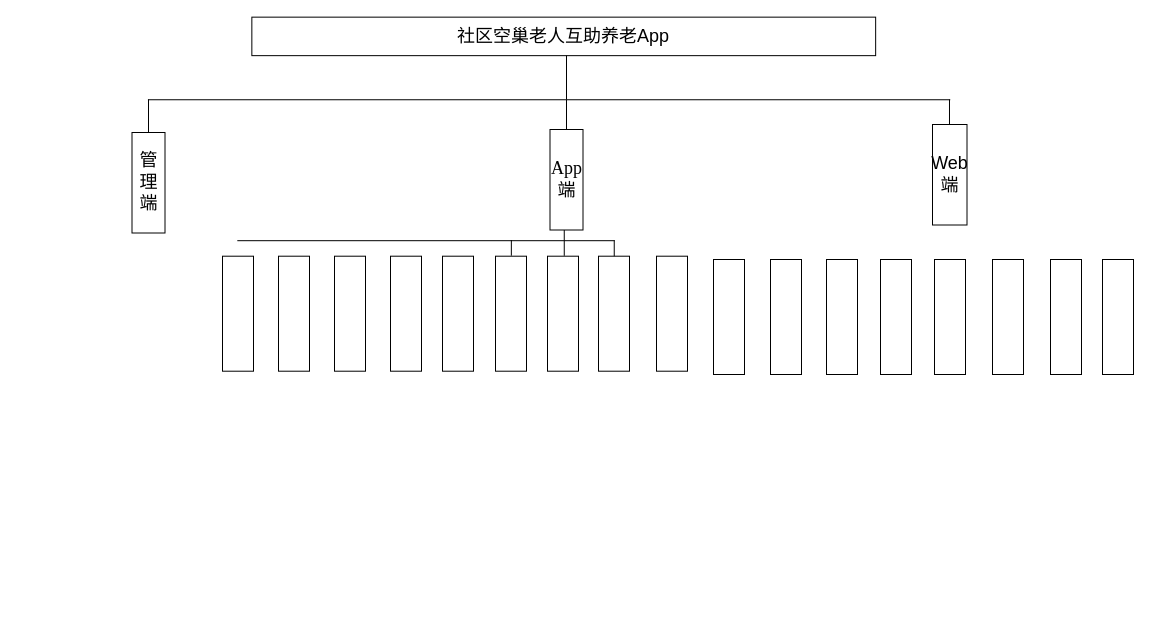
Before: 结构图.drawio in Misgzfg/3d-phone-album, a draw.io diagram. Source tidied: cells renumbered, new cells numbered last; positions are measured from the earlier drawing's top-left corner, leaving out a move shared by most shapes. Both pictures are drawn from the tidied source at 100%, with x=0, y=0 at pixel (131, -302).
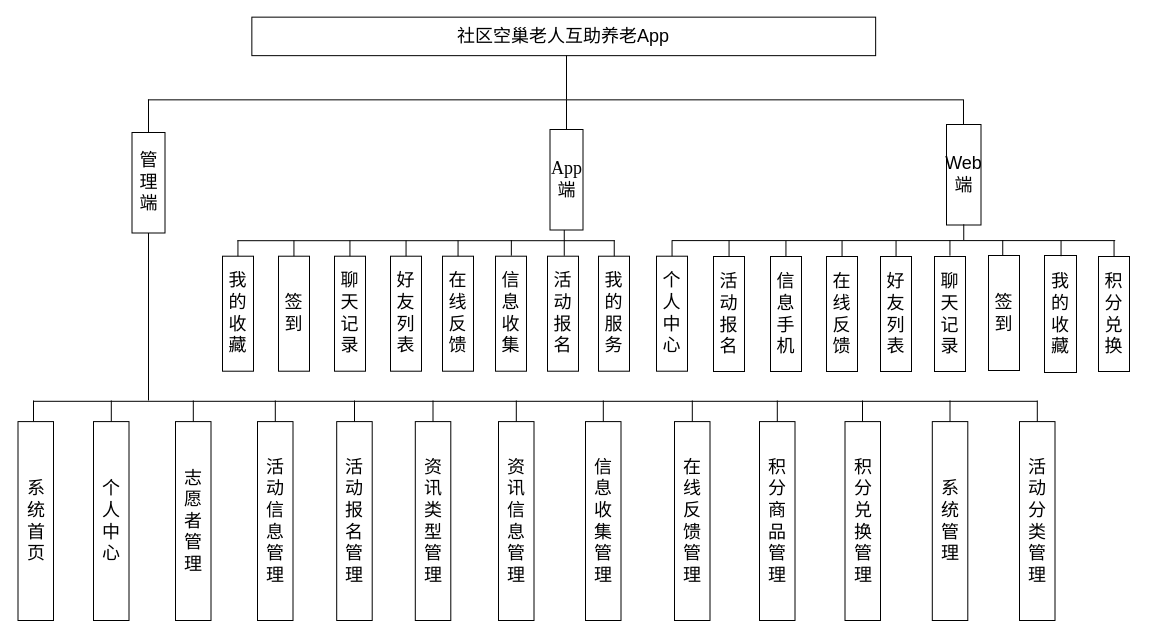
After the change.

Commit message (it also covers changes not shown here):
更新结构图.drawio

What changed in the source:
```diff
@@
     <mxCell id="4" style="line;strokeWidth=1;html=1;fontSize=9;rotation=90;direction=south;" parent="1" vertex="1">
-      <mxGeometry x="412.6" y="0.1" width="10" height="802.3" as="geometry" />
+      <mxGeometry x="419.2" y="-6.4" width="10" height="815.5" as="geometry" />
     </mxCell>
@@
-    <mxCell id="8" style="rounded=0;whiteSpace=wrap;html=1;direction=south;" parent="1" vertex="1">
-      <mxGeometry x="803" y="561" width="31" height="115" as="geometry" />
+    <mxCell id="8" value="&lt;font style=&quot;font-size: 18px;&quot;&gt;聊天记录&lt;/font&gt;" style="rounded=0;whiteSpace=wrap;html=1;direction=south;" parent="1" vertex="1">
+      <mxGeometry x="803" y="558" width="31" height="115" as="geometry" />
     </mxCell>
-    <mxCell id="9" style="rounded=0;whiteSpace=wrap;html=1;direction=south;" parent="1" vertex="1">
-      <mxGeometry x="749" y="561" width="31" height="115" as="geometry" />
+    <mxCell id="9" value="&lt;font style=&quot;font-size: 18px;&quot;&gt;好友列表&lt;/font&gt;" style="rounded=0;whiteSpace=wrap;html=1;direction=south;" parent="1" vertex="1">
+      <mxGeometry x="749" y="558" width="31" height="115" as="geometry" />
     </mxCell>
-    <mxCell id="10" style="rounded=0;whiteSpace=wrap;html=1;direction=south;" parent="1" vertex="1">
-      <mxGeometry x="695" y="561" width="31" height="115" as="geometry" />
+    <mxCell id="10" value="&lt;font style=&quot;font-size: 18px;&quot;&gt;在线反馈&lt;/font&gt;" style="rounded=0;whiteSpace=wrap;html=1;direction=south;" parent="1" vertex="1">
+      <mxGeometry x="695" y="558" width="31" height="115" as="geometry" />
     </mxCell>
-    <mxCell id="11" style="rounded=0;whiteSpace=wrap;html=1;direction=south;" parent="1" vertex="1">
-      <mxGeometry x="639" y="561" width="31" height="115" as="geometry" />
+    <mxCell id="11" value="&lt;font style=&quot;font-size: 18px;&quot;&gt;信息手机&lt;/font&gt;" style="rounded=0;whiteSpace=wrap;html=1;direction=south;" parent="1" vertex="1">
+      <mxGeometry x="639" y="558" width="31" height="115" as="geometry" />
     </mxCell>
     <mxCell id="12" style="line;strokeWidth=1;html=1;direction=south;" parent="1" vertex="1">
-      <mxGeometry x="813" y="401" width="10" height="29.4" as="geometry" />
+      <mxGeometry x="827" y="401" width="10" height="29.4" as="geometry" />
     </mxCell>
@@
     <mxCell id="14" value="&lt;font style=&quot;font-size: 18px;&quot;&gt;Web端&lt;/font&gt;" style="rounded=0;whiteSpace=wrap;html=1;direction=south;" parent="1" vertex="1">
-      <mxGeometry x="801" y="426" width="34.5" height="100.5" as="geometry" />
+      <mxGeometry x="815" y="426" width="34.5" height="100.5" as="geometry" />
     </mxCell>
-    <mxCell id="15" style="rounded=0;whiteSpace=wrap;html=1;direction=south;" parent="1" vertex="1">
-      <mxGeometry x="861" y="561" width="31" height="115" as="geometry" />
+    <mxCell id="15" value="&lt;font style=&quot;font-size: 18px;&quot;&gt;签到&lt;/font&gt;" style="rounded=0;whiteSpace=wrap;html=1;direction=south;" parent="1" vertex="1">
+      <mxGeometry x="857" y="557" width="31" height="115" as="geometry" />
     </mxCell>
-    <mxCell id="16" style="rounded=0;whiteSpace=wrap;html=1;direction=south;" parent="1" vertex="1">
-      <mxGeometry x="919" y="561" width="31" height="115" as="geometry" />
+    <mxCell id="16" value="&lt;font style=&quot;font-size: 18px;&quot;&gt;我的收藏&lt;/font&gt;" style="rounded=0;whiteSpace=wrap;html=1;direction=south;" parent="1" vertex="1">
+      <mxGeometry x="913" y="557" width="32" height="117" as="geometry" />
     </mxCell>
-    <mxCell id="17" style="rounded=0;whiteSpace=wrap;html=1;direction=south;" parent="1" vertex="1">
-      <mxGeometry x="971" y="561" width="31" height="115" as="geometry" />
+    <mxCell id="17" value="&lt;font style=&quot;font-size: 18px;&quot;&gt;积分兑换&lt;/font&gt;" style="rounded=0;whiteSpace=wrap;html=1;direction=south;" parent="1" vertex="1">
+      <mxGeometry x="967" y="558" width="31" height="115" as="geometry" />
     </mxCell>
-    <mxCell id="18" style="rounded=0;whiteSpace=wrap;html=1;direction=south;" parent="1" vertex="1">
+    <mxCell id="18" value="&lt;font style=&quot;font-size: 18px;&quot;&gt;我的收藏&lt;/font&gt;" style="rounded=0;whiteSpace=wrap;html=1;direction=south;" parent="1" vertex="1">
       <mxGeometry x="91" y="557.7" width="31" height="115" as="geometry" />
     </mxCell>
-    <mxCell id="19" style="rounded=0;whiteSpace=wrap;html=1;direction=south;" parent="1" vertex="1">
+    <mxCell id="19" value="&lt;font style=&quot;font-size: 18px;&quot;&gt;签到&lt;/font&gt;" style="rounded=0;whiteSpace=wrap;html=1;direction=south;" parent="1" vertex="1">
       <mxGeometry x="147" y="557.7" width="31" height="115" as="geometry" />
     </mxCell>
-    <mxCell id="20" style="rounded=0;whiteSpace=wrap;html=1;direction=south;" parent="1" vertex="1">
+    <mxCell id="20" value="&lt;font style=&quot;font-size: 18px;&quot;&gt;聊天记录&lt;/font&gt;" style="rounded=0;whiteSpace=wrap;html=1;direction=south;" parent="1" vertex="1">
       <mxGeometry x="203" y="557.7" width="31" height="115" as="geometry" />
     </mxCell>
-    <mxCell id="21" style="rounded=0;whiteSpace=wrap;html=1;direction=south;" parent="1" vertex="1">
-      <mxGeometry x="582" y="561" width="31" height="115" as="geometry" />
+    <mxCell id="21" value="&lt;font style=&quot;font-size: 18px;&quot;&gt;活动报名&lt;/font&gt;" style="rounded=0;whiteSpace=wrap;html=1;direction=south;" parent="1" vertex="1">
+      <mxGeometry x="582" y="558" width="31" height="115" as="geometry" />
     </mxCell>
-    <mxCell id="22" style="rounded=0;whiteSpace=wrap;html=1;direction=south;" parent="1" vertex="1">
+    <mxCell id="22" value="&lt;font style=&quot;font-size: 18px;&quot;&gt;个人中心&lt;/font&gt;" style="rounded=0;whiteSpace=wrap;html=1;direction=south;" parent="1" vertex="1">
       <mxGeometry x="525" y="557.7" width="31" height="115" as="geometry" />
     </mxCell>
-    <mxCell id="23" style="rounded=0;whiteSpace=wrap;html=1;direction=south;" parent="1" vertex="1">
+    <mxCell id="23" value="&lt;font style=&quot;font-size: 18px;&quot;&gt;我的服务&lt;/font&gt;" style="rounded=0;whiteSpace=wrap;html=1;direction=south;" parent="1" vertex="1">
       <mxGeometry x="467" y="557.7" width="31" height="115" as="geometry" />
     </mxCell>
-    <mxCell id="24" style="rounded=0;whiteSpace=wrap;html=1;direction=south;" parent="1" vertex="1">
+    <mxCell id="24" value="&lt;font style=&quot;font-size: 18px;&quot;&gt;活动报名&lt;/font&gt;" style="rounded=0;whiteSpace=wrap;html=1;direction=south;" parent="1" vertex="1">
       <mxGeometry x="416" y="557.7" width="31" height="115" as="geometry" />
     </mxCell>
-    <mxCell id="25" style="rounded=0;whiteSpace=wrap;html=1;direction=south;" parent="1" vertex="1">
+    <mxCell id="25" value="&lt;font style=&quot;font-size: 18px;&quot;&gt;信息收集&lt;/font&gt;" style="rounded=0;whiteSpace=wrap;html=1;direction=south;" parent="1" vertex="1">
       <mxGeometry x="364" y="557.7" width="31" height="115" as="geometry" />
     </mxCell>
-    <mxCell id="26" style="rounded=0;whiteSpace=wrap;html=1;direction=south;" parent="1" vertex="1">
+    <mxCell id="26" value="&lt;font style=&quot;font-size: 18px;&quot;&gt;在线反馈&lt;/font&gt;" style="rounded=0;whiteSpace=wrap;html=1;direction=south;" parent="1" vertex="1">
       <mxGeometry x="311" y="557.7" width="31" height="115" as="geometry" />
     </mxCell>
-    <mxCell id="27" style="rounded=0;whiteSpace=wrap;html=1;direction=south;" parent="1" vertex="1">
+    <mxCell id="27" value="&lt;font style=&quot;font-size: 18px;&quot;&gt;好友列表&lt;/font&gt;" style="rounded=0;whiteSpace=wrap;html=1;direction=south;" parent="1" vertex="1">
       <mxGeometry x="259" y="557.7" width="31" height="115" as="geometry" />
     </mxCell>
@@
+    <mxCell id="32" style="line;strokeWidth=1;html=1;direction=south;" parent="1" vertex="1">
+      <mxGeometry x="283.8" y="542" width="85.5" height="15.7" as="geometry" />
+    </mxCell>
+    <mxCell id="33" style="line;strokeWidth=1;html=1;direction=south;" parent="1" vertex="1">
+      <mxGeometry x="231.8" y="542" width="85.5" height="15.7" as="geometry" />
+    </mxCell>
+    <mxCell id="34" style="line;strokeWidth=1;html=1;direction=south;" parent="1" vertex="1">
+      <mxGeometry x="175.7" y="542" width="85.5" height="15.7" as="geometry" />
+    </mxCell>
+    <mxCell id="35" style="line;strokeWidth=1;html=1;direction=south;" parent="1" vertex="1">
+      <mxGeometry x="119.7" y="542" width="85.5" height="15.7" as="geometry" />
+    </mxCell>
+    <mxCell id="36" style="line;strokeWidth=1;html=1;direction=south;" parent="1" vertex="1">
+      <mxGeometry x="63.7" y="542" width="85.5" height="15.7" as="geometry" />
+    </mxCell>
+    <mxCell id="37" style="line;strokeWidth=1;html=1;fontSize=9;rotation=90;direction=south;" parent="1" vertex="1">
+      <mxGeometry x="757" y="320.4" width="10" height="443.4" as="geometry" />
+    </mxCell>
+    <mxCell id="38" style="line;strokeWidth=1;html=1;direction=south;" parent="1" vertex="1">
+      <mxGeometry x="775.7" y="541.5" width="85.5" height="15.7" as="geometry" />
+    </mxCell>
+    <mxCell id="39" style="line;strokeWidth=1;html=1;direction=south;" parent="1" vertex="1">
+      <mxGeometry x="721.8" y="542.3" width="85.5" height="15.7" as="geometry" />
+    </mxCell>
+    <mxCell id="40" style="line;strokeWidth=1;html=1;direction=south;" parent="1" vertex="1">
+      <mxGeometry x="667.8" y="542.3" width="85.5" height="15.7" as="geometry" />
+    </mxCell>
+    <mxCell id="41" style="line;strokeWidth=1;html=1;direction=south;" parent="1" vertex="1">
+      <mxGeometry x="611.7" y="542.3" width="85.5" height="15.7" as="geometry" />
+    </mxCell>
+    <mxCell id="42" style="line;strokeWidth=1;html=1;direction=south;" parent="1" vertex="1">
+      <mxGeometry x="554.8" y="542" width="85.5" height="15.7" as="geometry" />
+    </mxCell>
+    <mxCell id="43" style="line;strokeWidth=1;html=1;direction=south;" parent="1" vertex="1">
+      <mxGeometry x="789.5" y="525.8" width="85.5" height="15.7" as="geometry" />
+    </mxCell>
+    <mxCell id="44" style="line;strokeWidth=1;html=1;direction=south;" parent="1" vertex="1">
+      <mxGeometry x="497.8" y="542" width="85.5" height="15.7" as="geometry" />
+    </mxCell>
+    <mxCell id="45" style="line;strokeWidth=1;html=1;direction=south;" parent="1" vertex="1">
+      <mxGeometry x="828.5" y="541.5" width="85.5" height="15.7" as="geometry" />
+    </mxCell>
+    <mxCell id="46" style="line;strokeWidth=1;html=1;direction=south;" parent="1" vertex="1">
+      <mxGeometry x="886.8" y="542" width="85.5" height="15.7" as="geometry" />
+    </mxCell>
+    <mxCell id="47" style="line;strokeWidth=1;html=1;direction=south;" parent="1" vertex="1">
+      <mxGeometry x="939.8" y="542.3" width="85.5" height="15.7" as="geometry" />
+    </mxCell>
+    <mxCell id="48" style="line;strokeWidth=1;html=1;fontSize=9;rotation=90;direction=south;" parent="1" vertex="1">
+      <mxGeometry x="399.2" y="200.8" width="9.2" height="1004" as="geometry" />
+    </mxCell>
+    <mxCell id="49" style="line;strokeWidth=1;html=1;direction=south;" parent="1" vertex="1">
+      <mxGeometry x="12" y="534.5" width="10" height="167.5" as="geometry" />
+    </mxCell>
+    <mxCell id="50" style="line;strokeWidth=1;html=1;direction=south;" parent="1" vertex="1">
+      <mxGeometry x="-103" y="702" width="10" height="21.1" as="geometry" />
+    </mxCell>
+    <mxCell id="51" value="&lt;font style=&quot;font-size: 18px;&quot;&gt;系统首页&lt;/font&gt;" style="rounded=0;whiteSpace=wrap;html=1;direction=south;" parent="1" vertex="1">
+      <mxGeometry x="-113.5" y="723.1" width="35.5" height="198.9" as="geometry" />
+    </mxCell>
+    <mxCell id="52" value="&lt;font style=&quot;font-size: 18px;&quot;&gt;个人中心&lt;/font&gt;" style="rounded=0;whiteSpace=wrap;html=1;direction=south;" parent="1" vertex="1">
+      <mxGeometry x="-38" y="723.1" width="35.5" height="198.9" as="geometry" />
+    </mxCell>
+    <mxCell id="53" value="&lt;font style=&quot;font-size: 18px;&quot;&gt;志愿者管理&lt;/font&gt;" style="rounded=0;whiteSpace=wrap;html=1;direction=south;" parent="1" vertex="1">
+      <mxGeometry x="44" y="723.1" width="35.5" height="198.9" as="geometry" />
+    </mxCell>
+    <mxCell id="54" value="&lt;font style=&quot;font-size: 18px;&quot;&gt;活动信息管理&lt;/font&gt;" style="rounded=0;whiteSpace=wrap;html=1;direction=south;" parent="1" vertex="1">
+      <mxGeometry x="126" y="723.1" width="35.5" height="198.9" as="geometry" />
+    </mxCell>
+    <mxCell id="55" value="&lt;font style=&quot;font-size: 18px;&quot;&gt;活动报名管理&lt;/font&gt;" style="rounded=0;whiteSpace=wrap;html=1;direction=south;" parent="1" vertex="1">
+      <mxGeometry x="205.2" y="723.1" width="35.5" height="198.9" as="geometry" />
+    </mxCell>
+    <mxCell id="56" value="&lt;span style=&quot;font-size: 18px;&quot;&gt;资讯类型管理&lt;/span&gt;" style="rounded=0;whiteSpace=wrap;html=1;direction=south;" parent="1" vertex="1">
+      <mxGeometry x="283.8" y="723.1" width="35.5" height="198.9" as="geometry" />
+    </mxCell>
+    <mxCell id="57" value="&lt;font style=&quot;font-size: 18px;&quot;&gt;资讯信息管理&lt;/font&gt;" style="rounded=0;whiteSpace=wrap;html=1;direction=south;" parent="1" vertex="1">
+      <mxGeometry x="367" y="723.1" width="35.5" height="198.9" as="geometry" />
+    </mxCell>
+    <mxCell id="58" value="&lt;font style=&quot;font-size: 18px;&quot;&gt;信息收集管理&lt;/font&gt;" style="rounded=0;whiteSpace=wrap;html=1;direction=south;" parent="1" vertex="1">
+      <mxGeometry x="454" y="723.1" width="35.5" height="198.9" as="geometry" />
+    </mxCell>
+    <mxCell id="59" value="&lt;font style=&quot;font-size: 18px;&quot;&gt;在线反馈管理&lt;/font&gt;" style="rounded=0;whiteSpace=wrap;html=1;direction=south;" parent="1" vertex="1">
+      <mxGeometry x="543" y="723.1" width="35.5" height="198.9" as="geometry" />
+    </mxCell>
+    <mxCell id="60" value="&lt;font style=&quot;font-size: 18px;&quot;&gt;积分商品管理&lt;/font&gt;" style="rounded=0;whiteSpace=wrap;html=1;direction=south;" parent="1" vertex="1">
+      <mxGeometry x="628" y="723.1" width="35.5" height="198.9" as="geometry" />
+    </mxCell>
+    <mxCell id="61" value="&lt;font style=&quot;font-size: 18px;&quot;&gt;积分兑换管理&lt;/font&gt;" style="rounded=0;whiteSpace=wrap;html=1;direction=south;" parent="1" vertex="1">
+      <mxGeometry x="713.5" y="723.1" width="35.5" height="198.9" as="geometry" />
+    </mxCell>
+    <mxCell id="62" value="&lt;span style=&quot;font-size: 18px;&quot;&gt;系统管理&lt;/span&gt;" style="rounded=0;whiteSpace=wrap;html=1;direction=south;" parent="1" vertex="1">
+      <mxGeometry x="800.8" y="723.1" width="35.5" height="198.9" as="geometry" />
+    </mxCell>
+    <mxCell id="63" value="&lt;font style=&quot;font-size: 18px;&quot;&gt;活动分类管理&lt;/font&gt;" style="rounded=0;whiteSpace=wrap;html=1;direction=south;" parent="1" vertex="1">
+      <mxGeometry x="888" y="723.1" width="35.5" height="198.9" as="geometry" />
+    </mxCell>
+    <mxCell id="64" style="line;strokeWidth=1;html=1;direction=south;" parent="1" vertex="1">
+      <mxGeometry x="900.8" y="702" width="10" height="21.1" as="geometry" />
+    </mxCell>
+    <mxCell id="65" style="line;strokeWidth=1;html=1;direction=south;" parent="1" vertex="1">
+      <mxGeometry x="813.5" y="702" width="10" height="21.1" as="geometry" />
+    </mxCell>
+    <mxCell id="66" style="line;strokeWidth=1;html=1;direction=south;" parent="1" vertex="1">
+      <mxGeometry x="726" y="702" width="10" height="21.1" as="geometry" />
+    </mxCell>
+    <mxCell id="67" style="line;strokeWidth=1;html=1;direction=south;" parent="1" vertex="1">
+      <mxGeometry x="640.8" y="702" width="10" height="21.1" as="geometry" />
+    </mxCell>
+    <mxCell id="68" style="line;strokeWidth=1;html=1;direction=south;" parent="1" vertex="1">
+      <mxGeometry x="555.8" y="702" width="10" height="21.1" as="geometry" />
+    </mxCell>
+    <mxCell id="69" style="line;strokeWidth=1;html=1;direction=south;" parent="1" vertex="1">
+      <mxGeometry x="466.8" y="702" width="10" height="21.1" as="geometry" />
+    </mxCell>
+    <mxCell id="70" style="line;strokeWidth=1;html=1;direction=south;" parent="1" vertex="1">
+      <mxGeometry x="379.8" y="702" width="10" height="21.1" as="geometry" />
+    </mxCell>
+    <mxCell id="71" style="line;strokeWidth=1;html=1;direction=south;" parent="1" vertex="1">
+      <mxGeometry x="296.5" y="702" width="10" height="21.1" as="geometry" />
+    </mxCell>
+    <mxCell id="72" style="line;strokeWidth=1;html=1;direction=south;" parent="1" vertex="1">
+      <mxGeometry x="218" y="702" width="10" height="21.1" as="geometry" />
+    </mxCell>
+    <mxCell id="73" style="line;strokeWidth=1;html=1;direction=south;" parent="1" vertex="1">
+      <mxGeometry x="138.8" y="702" width="10" height="21.1" as="geometry" />
+    </mxCell>
+    <mxCell id="74" style="line;strokeWidth=1;html=1;direction=south;" parent="1" vertex="1">
+      <mxGeometry x="56.8" y="702" width="10" height="21.1" as="geometry" />
+    </mxCell>
+    <mxCell id="75" style="line;strokeWidth=1;html=1;direction=south;" parent="1" vertex="1">
+      <mxGeometry x="-25.2" y="702" width="10" height="21.1" as="geometry" />
+    </mxCell>
```
